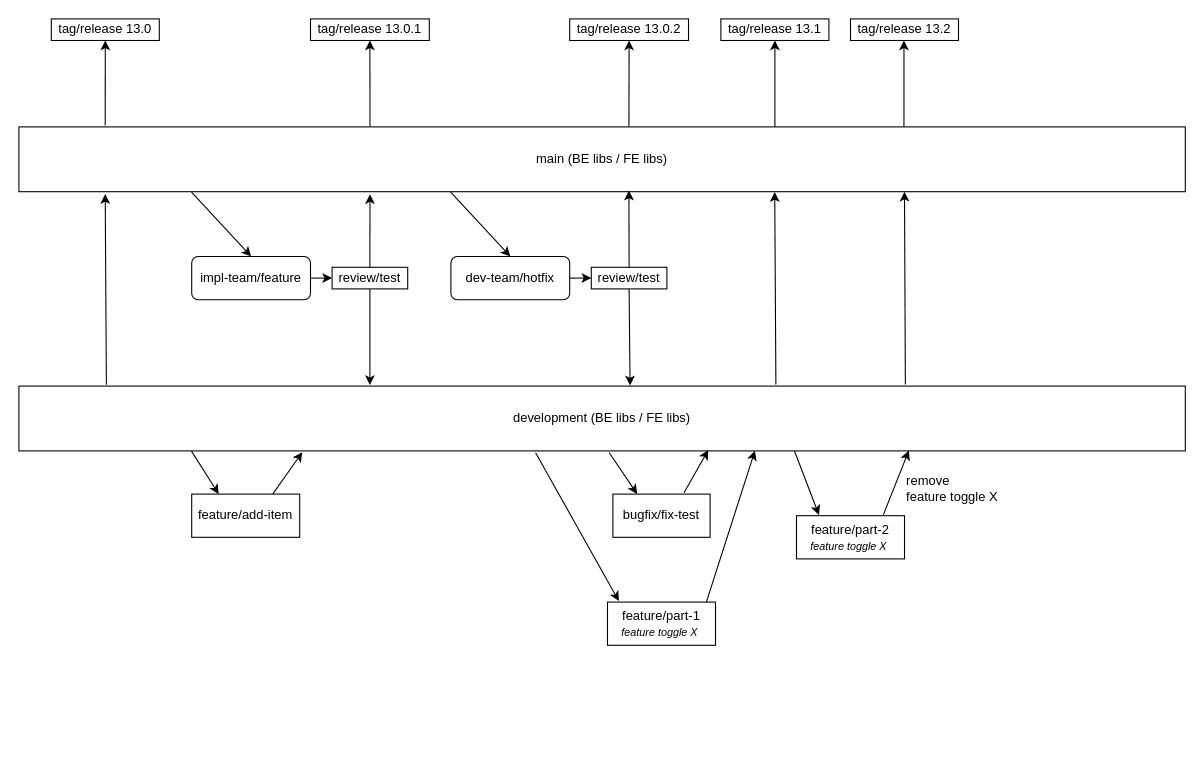
Before: Valtimo release/branch strategy.drawio in mbritense/draw-io, a draw.io diagram. Source tidied: cells renumbered, new cells numbered last; positions are measured from the earlier drawing's top-left corner, leaving out a move shared by most shapes. Both pictures are drawn from the tidied source at 108%, with x=0, y=0 at pixel (18, 18).
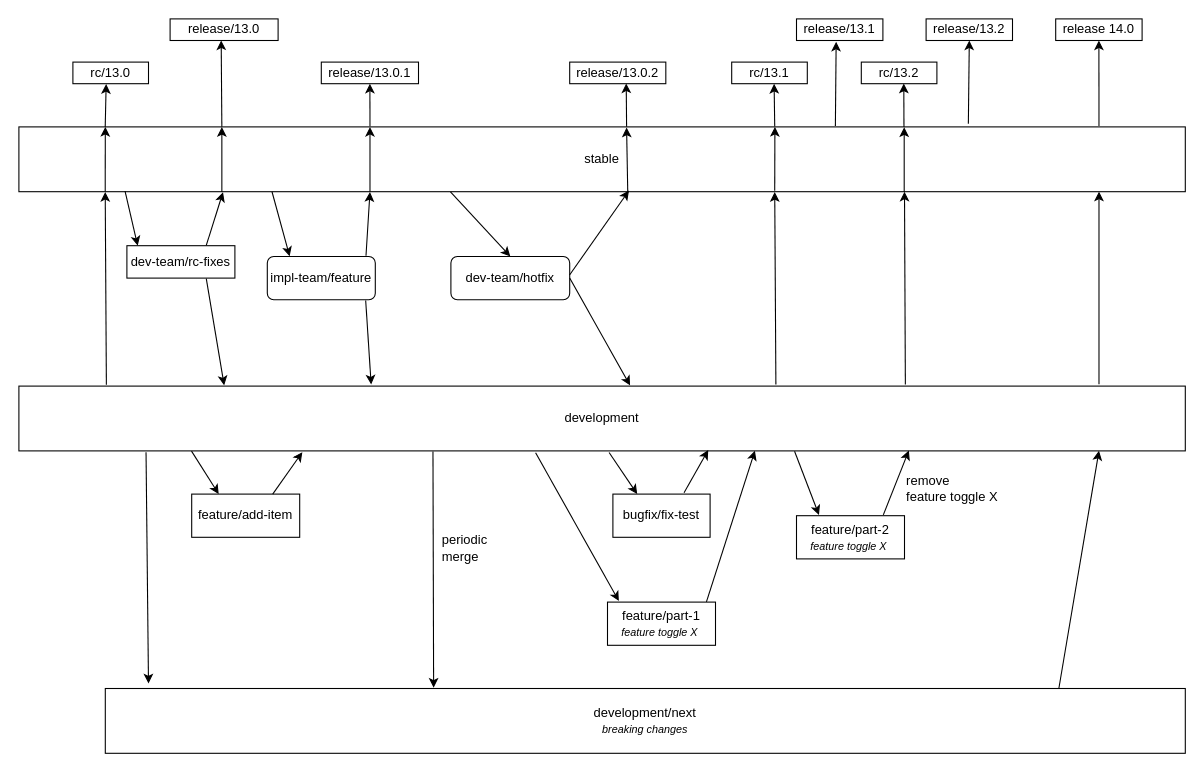
Above is the later version.

Commit message (it also covers changes not shown here):
Update Valtimo release/branch strategy.drawio

The change refers to these unchanged cells:
```xml
<mxCell id="15" value="dev-team/hotfix" style="rounded=1;whiteSpace=wrap;html=1;" parent="1" vertex="1">
  <mxGeometry x="400" y="220" width="110" height="40" as="geometry" />
</mxCell>
```

Diff of the diagram source:
```diff
@@
-    <mxCell id="2" value="main (BE libs / FE libs)" style="rounded=0;whiteSpace=wrap;html=1;" parent="1" vertex="1">
+    <mxCell id="2" value="stable" style="rounded=0;whiteSpace=wrap;html=1;" parent="1" vertex="1">
       <mxGeometry y="100" width="1080" height="60" as="geometry" />
     </mxCell>
-    <mxCell id="3" value="development (BE libs / FE libs)" style="rounded=0;whiteSpace=wrap;html=1;" parent="1" vertex="1">
+    <mxCell id="3" value="development" style="rounded=0;whiteSpace=wrap;html=1;" parent="1" vertex="1">
       <mxGeometry y="340" width="1080" height="60" as="geometry" />
     </mxCell>
-    <mxCell id="4" style="endArrow=classic;html=1;rounded=0;exitX=0.075;exitY=-0.02;exitDx=0;exitDy=0;exitPerimeter=0;entryX=0.074;entryY=1.036;entryDx=0;entryDy=0;entryPerimeter=0;" parent="1" edge="1" source="3" target="2">
+    <mxCell id="4" style="endArrow=classic;html=1;rounded=0;exitX=0.075;exitY=-0.02;exitDx=0;exitDy=0;exitPerimeter=0;entryX=0.074;entryY=1.004;entryDx=0;entryDy=0;entryPerimeter=0;" parent="1" edge="1" source="3" target="2">
       <mxGeometry relative="1" as="geometry" />
     </mxCell>
-    <mxCell id="5" style="endArrow=classic;html=1;rounded=0;exitX=0.074;exitY=-0.02;exitDx=0;exitDy=0;exitPerimeter=0;entryX=0.5;entryY=1;entryDx=0;entryDy=0;" parent="1" edge="1" source="2" target="6">
+    <mxCell id="5" style="endArrow=classic;html=1;rounded=0;exitX=0.074;exitY=0.003;exitDx=0;exitDy=0;exitPerimeter=0;entryX=0.44;entryY=1.017;entryDx=0;entryDy=0;entryPerimeter=0;" parent="1" edge="1" source="2" target="6">
       <mxGeometry relative="1" as="geometry" />
     </mxCell>
-    <mxCell id="6" value="tag/release 13.0" style="rounded=0;whiteSpace=wrap;html=1;" parent="1" vertex="1">
-      <mxGeometry x="30" width="100" height="20" as="geometry" />
+    <mxCell id="6" value="rc/13.0" style="rounded=0;whiteSpace=wrap;html=1;" parent="1" vertex="1">
+      <mxGeometry x="50" y="40" width="70" height="20" as="geometry" />
     </mxCell>
     <mxCell id="7" value="impl-team/feature" style="rounded=1;whiteSpace=wrap;html=1;" parent="1" vertex="1">
-      <mxGeometry x="160" y="220" width="110" height="40" as="geometry" />
+      <mxGeometry x="230" y="220" width="100" height="40" as="geometry" />
     </mxCell>
-    <mxCell id="8" style="endArrow=classic;html=1;rounded=0;exitX=0.148;exitY=1.006;exitDx=0;exitDy=0;exitPerimeter=0;entryX=0.5;entryY=0;entryDx=0;entryDy=0;" parent="1" edge="1" source="2" target="7">
+    <mxCell id="8" style="endArrow=classic;html=1;rounded=0;exitX=0.217;exitY=1.001;exitDx=0;exitDy=0;exitPerimeter=0;entryX=0.207;entryY=-0.005;entryDx=0;entryDy=0;entryPerimeter=0;" parent="1" edge="1" source="2" target="7">
       <mxGeometry relative="1" as="geometry" />
     </mxCell>
-    <mxCell id="9" value="review/test" style="rounded=0;whiteSpace=wrap;html=1;" parent="1" vertex="1">
-      <mxGeometry x="290" y="230" width="70" height="20" as="geometry" />
-    </mxCell>
-    <mxCell id="10" style="endArrow=classic;html=1;rounded=0;exitX=1;exitY=0.5;exitDx=0;exitDy=0;entryX=0;entryY=0.5;entryDx=0;entryDy=0;" parent="1" edge="1" source="7" target="9">
-      <mxGeometry relative="1" as="geometry" />
-    </mxCell>
-    <mxCell id="11" style="endArrow=classic;html=1;rounded=0;exitX=0.5;exitY=0;exitDx=0;exitDy=0;entryX=0.301;entryY=1.039;entryDx=0;entryDy=0;entryPerimeter=0;" parent="1" edge="1" source="9" target="2">
+    <mxCell id="11" style="endArrow=classic;html=1;rounded=0;exitX=0.914;exitY=-0.016;exitDx=0;exitDy=0;entryX=0.301;entryY=1.006;entryDx=0;entryDy=0;entryPerimeter=0;exitPerimeter=0;" parent="1" edge="1" source="7" target="2">
       <mxGeometry relative="1" as="geometry" />
     </mxCell>
@@
-    <mxCell id="13" value="tag/release 13.0.1" style="rounded=0;whiteSpace=wrap;html=1;" parent="1" vertex="1">
-      <mxGeometry x="270" width="110" height="20" as="geometry" />
+    <mxCell id="13" value="release/13.0.1" style="rounded=0;whiteSpace=wrap;html=1;" parent="1" vertex="1">
+      <mxGeometry x="280" y="40" width="90" height="20" as="geometry" />
     </mxCell>
-    <mxCell id="14" style="endArrow=classic;html=1;rounded=0;exitX=0.5;exitY=1;exitDx=0;exitDy=0;" parent="1" edge="1" source="9">
-      <mxGeometry relative="1" as="geometry">
-        <mxPoint x="325" y="339" as="targetPoint" />
-      </mxGeometry>
+    <mxCell id="14" style="endArrow=classic;html=1;rounded=0;exitX=0.911;exitY=1.018;exitDx=0;exitDy=0;entryX=0.302;entryY=-0.025;entryDx=0;entryDy=0;entryPerimeter=0;exitPerimeter=0;" parent="1" edge="1" source="7" target="3">
+      <mxGeometry relative="1" as="geometry" />
     </mxCell>
@@
-    <mxCell id="16" value="review/test" style="rounded=0;whiteSpace=wrap;html=1;" parent="1" vertex="1">
-      <mxGeometry x="530" y="230" width="70" height="20" as="geometry" />
-    </mxCell>
-    <mxCell id="17" style="endArrow=classic;html=1;rounded=0;exitX=1;exitY=0.5;exitDx=0;exitDy=0;entryX=0;entryY=0.5;entryDx=0;entryDy=0;" parent="1" edge="1" source="15" target="16">
-      <mxGeometry relative="1" as="geometry" />
-    </mxCell>
@@
-    <mxCell id="19" style="endArrow=classic;html=1;rounded=0;entryX=0.524;entryY=-0.01;entryDx=0;entryDy=0;entryPerimeter=0;exitX=0.5;exitY=1;exitDx=0;exitDy=0;" parent="1" edge="1" source="16" target="3">
+    <mxCell id="19" style="endArrow=classic;html=1;rounded=0;entryX=0.524;entryY=-0.01;entryDx=0;entryDy=0;entryPerimeter=0;exitX=1;exitY=0.5;exitDx=0;exitDy=0;" parent="1" edge="1" source="15" target="3">
       <mxGeometry relative="1" as="geometry" />
     </mxCell>
-    <mxCell id="20" style="endArrow=classic;html=1;rounded=0;entryX=0.523;entryY=0.983;entryDx=0;entryDy=0;entryPerimeter=0;exitX=0.5;exitY=0;exitDx=0;exitDy=0;" parent="1" edge="1" source="16" target="2">
+    <mxCell id="20" style="endArrow=classic;html=1;rounded=0;entryX=0.523;entryY=0.983;entryDx=0;entryDy=0;entryPerimeter=0;exitX=0.999;exitY=0.428;exitDx=0;exitDy=0;exitPerimeter=0;" parent="1" edge="1" source="15" target="2">
       <mxGeometry relative="1" as="geometry" />
     </mxCell>
-    <mxCell id="21" value="tag/release 13.0.2" style="rounded=0;whiteSpace=wrap;html=1;" parent="1" vertex="1">
-      <mxGeometry x="510" width="110" height="20" as="geometry" />
+    <mxCell id="21" value="release/13.0.2" style="rounded=0;whiteSpace=wrap;html=1;" parent="1" vertex="1">
+      <mxGeometry x="510" y="40" width="89" height="20" as="geometry" />
     </mxCell>
-    <mxCell id="22" style="endArrow=classic;html=1;rounded=0;entryX=0.5;entryY=1;entryDx=0;entryDy=0;exitX=0.523;exitY=-0.008;exitDx=0;exitDy=0;exitPerimeter=0;" parent="1" edge="1" source="2" target="21">
+    <mxCell id="22" style="endArrow=classic;html=1;rounded=0;exitX=0.521;exitY=-0.002;exitDx=0;exitDy=0;exitPerimeter=0;entryX=0.588;entryY=0.987;entryDx=0;entryDy=0;entryPerimeter=0;" parent="1" edge="1" source="2" target="21">
       <mxGeometry relative="1" as="geometry" />
     </mxCell>
@@
-    <mxCell id="29" style="endArrow=classic;html=1;rounded=0;exitX=0.649;exitY=-0.025;exitDx=0;exitDy=0;exitPerimeter=0;entryX=0.648;entryY=1.005;entryDx=0;entryDy=0;entryPerimeter=0;" parent="1" edge="1" source="3" target="2">
+    <mxCell id="29" style="endArrow=classic;html=1;rounded=0;exitX=0.649;exitY=-0.026;exitDx=0;exitDy=0;exitPerimeter=0;entryX=0.648;entryY=1.005;entryDx=0;entryDy=0;entryPerimeter=0;" parent="1" edge="1" source="3" target="2">
       <mxGeometry relative="1" as="geometry" />
     </mxCell>
-    <mxCell id="30" style="endArrow=classic;html=1;rounded=0;entryX=0.5;entryY=1;entryDx=0;entryDy=0;exitX=0.523;exitY=-0.008;exitDx=0;exitDy=0;exitPerimeter=0;" parent="1" edge="1">
-      <mxGeometry relative="1" as="geometry">
-        <mxPoint x="700" y="100" as="sourcePoint" />
-        <mxPoint x="700" y="20" as="targetPoint" />
-      </mxGeometry>
+    <mxCell id="30" style="endArrow=classic;html=1;rounded=0;entryX=0.561;entryY=1.007;entryDx=0;entryDy=0;exitX=0.648;exitY=-0.007;exitDx=0;exitDy=0;exitPerimeter=0;entryPerimeter=0;" parent="1" edge="1" source="2" target="31">
+      <mxGeometry relative="1" as="geometry" />
     </mxCell>
-    <mxCell id="31" value="tag/release 13.1" style="rounded=0;whiteSpace=wrap;html=1;" parent="1" vertex="1">
-      <mxGeometry x="650" width="100" height="20" as="geometry" />
+    <mxCell id="31" value="rc/13.1" style="rounded=0;whiteSpace=wrap;html=1;" parent="1" vertex="1">
+      <mxGeometry x="660" y="40" width="70" height="20" as="geometry" />
     </mxCell>
@@
-    <mxCell id="40" style="endArrow=classic;html=1;rounded=0;entryX=0.5;entryY=1;entryDx=0;entryDy=0;exitX=0.523;exitY=-0.008;exitDx=0;exitDy=0;exitPerimeter=0;" parent="1" edge="1">
+    <mxCell id="40" style="endArrow=classic;html=1;rounded=0;entryX=0.562;entryY=0.994;entryDx=0;entryDy=0;exitX=0.523;exitY=-0.008;exitDx=0;exitDy=0;exitPerimeter=0;entryPerimeter=0;" parent="1" edge="1" target="41">
       <mxGeometry relative="1" as="geometry">
         <mxPoint x="819.5" y="100" as="sourcePoint" />
-        <mxPoint x="819.5" y="20" as="targetPoint" />
       </mxGeometry>
     </mxCell>
-    <mxCell id="41" value="tag/release 13.2" style="rounded=0;whiteSpace=wrap;html=1;" parent="1" vertex="1">
-      <mxGeometry x="770" width="100" height="20" as="geometry" />
+    <mxCell id="41" value="rc/13.2" style="rounded=0;whiteSpace=wrap;html=1;" parent="1" vertex="1">
+      <mxGeometry x="780" y="40" width="70" height="20" as="geometry" />
     </mxCell>
+    <mxCell id="42" value="development/next&lt;div&gt;&lt;i&gt;&lt;font style=&quot;font-size: 10px;&quot;&gt;breaking changes&lt;/font&gt;&lt;/i&gt;&lt;/div&gt;" style="rounded=0;whiteSpace=wrap;html=1;" parent="1" vertex="1">
+      <mxGeometry x="80" y="620" width="1000" height="60" as="geometry" />
+    </mxCell>
+    <mxCell id="43" style="endArrow=classic;html=1;rounded=0;exitX=0.109;exitY=1.02;exitDx=0;exitDy=0;exitPerimeter=0;entryX=0.04;entryY=-0.078;entryDx=0;entryDy=0;entryPerimeter=0;" parent="1" edge="1" source="3" target="42">
+      <mxGeometry relative="1" as="geometry" />
+    </mxCell>
+    <mxCell id="44" style="endArrow=classic;html=1;rounded=0;exitX=0.355;exitY=1.01;exitDx=0;exitDy=0;exitPerimeter=0;entryX=0.304;entryY=-0.013;entryDx=0;entryDy=0;entryPerimeter=0;" parent="1" edge="1" source="3" target="42">
+      <mxGeometry relative="1" as="geometry" />
+    </mxCell>
+    <mxCell id="45" value="periodic merge" style="text;html=1;align=left;verticalAlign=middle;whiteSpace=wrap;rounded=0;" parent="1" vertex="1">
+      <mxGeometry x="390" y="475" width="50" height="30" as="geometry" />
+    </mxCell>
+    <mxCell id="46" style="endArrow=classic;html=1;rounded=0;exitX=0.883;exitY=-0.008;exitDx=0;exitDy=0;exitPerimeter=0;entryX=0.926;entryY=0.999;entryDx=0;entryDy=0;entryPerimeter=0;" parent="1" edge="1" source="42" target="3">
+      <mxGeometry relative="1" as="geometry" />
+    </mxCell>
+    <mxCell id="47" style="endArrow=classic;html=1;rounded=0;exitX=0.926;exitY=-0.028;exitDx=0;exitDy=0;exitPerimeter=0;entryX=0.926;entryY=0.999;entryDx=0;entryDy=0;entryPerimeter=0;" parent="1" edge="1" source="3" target="2">
+      <mxGeometry relative="1" as="geometry" />
+    </mxCell>
+    <mxCell id="48" style="endArrow=classic;html=1;rounded=0;entryX=0.5;entryY=1;entryDx=0;entryDy=0;exitX=0.926;exitY=-0.015;exitDx=0;exitDy=0;exitPerimeter=0;" parent="1" edge="1" source="2" target="49">
+      <mxGeometry relative="1" as="geometry" />
+    </mxCell>
+    <mxCell id="49" value="release 14.0" style="rounded=0;whiteSpace=wrap;html=1;" parent="1" vertex="1">
+      <mxGeometry x="960" width="80" height="20" as="geometry" />
+    </mxCell>
+    <mxCell id="50" value="dev-team/rc-fixes" style="rounded=0;whiteSpace=wrap;html=1;" parent="1" vertex="1">
+      <mxGeometry x="100" y="210" width="100" height="30" as="geometry" />
+    </mxCell>
+    <mxCell id="51" style="endArrow=classic;html=1;rounded=0;exitX=0.091;exitY=0.991;exitDx=0;exitDy=0;exitPerimeter=0;entryX=0.1;entryY=0;entryDx=0;entryDy=0;entryPerimeter=0;" parent="1" edge="1" source="2" target="50">
+      <mxGeometry relative="1" as="geometry" />
+    </mxCell>
+    <mxCell id="52" style="endArrow=classic;html=1;rounded=0;exitX=0.735;exitY=1.015;exitDx=0;exitDy=0;exitPerimeter=0;entryX=0.176;entryY=-0.012;entryDx=0;entryDy=0;entryPerimeter=0;" parent="1" edge="1" source="50" target="3">
+      <mxGeometry relative="1" as="geometry" />
+    </mxCell>
+    <mxCell id="53" style="endArrow=classic;html=1;rounded=0;exitX=0.735;exitY=-0.01;exitDx=0;exitDy=0;exitPerimeter=0;entryX=0.175;entryY=1.008;entryDx=0;entryDy=0;entryPerimeter=0;" parent="1" edge="1" source="50" target="2">
+      <mxGeometry relative="1" as="geometry" />
+    </mxCell>
+    <mxCell id="54" value="release/13.0" style="rounded=0;whiteSpace=wrap;html=1;" parent="1" vertex="1">
+      <mxGeometry x="140" width="100" height="20" as="geometry" />
+    </mxCell>
+    <mxCell id="55" style="endArrow=classic;html=1;rounded=0;exitX=0.174;exitY=-0.001;exitDx=0;exitDy=0;exitPerimeter=0;entryX=0.473;entryY=0.996;entryDx=0;entryDy=0;entryPerimeter=0;" parent="1" edge="1" source="2" target="54">
+      <mxGeometry relative="1" as="geometry" />
+    </mxCell>
+    <mxCell id="56" style="endArrow=classic;html=1;rounded=0;exitX=0.074;exitY=0.998;exitDx=0;exitDy=0;exitPerimeter=0;" parent="1" edge="1" source="2">
+      <mxGeometry relative="1" as="geometry">
+        <mxPoint x="80" y="100" as="targetPoint" />
+      </mxGeometry>
+    </mxCell>
+    <mxCell id="57" style="endArrow=classic;html=1;rounded=0;exitX=0.174;exitY=1.003;exitDx=0;exitDy=0;exitPerimeter=0;entryX=0.174;entryY=0.002;entryDx=0;entryDy=0;entryPerimeter=0;" parent="1" edge="1" source="2" target="2">
+      <mxGeometry relative="1" as="geometry" />
+    </mxCell>
+    <mxCell id="58" style="endArrow=classic;html=1;rounded=0;exitX=0.301;exitY=1.001;exitDx=0;exitDy=0;exitPerimeter=0;entryX=0.301;entryY=0.001;entryDx=0;entryDy=0;entryPerimeter=0;" parent="1" edge="1" source="2" target="2">
+      <mxGeometry relative="1" as="geometry" />
+    </mxCell>
+    <mxCell id="59" style="endArrow=classic;html=1;rounded=0;exitX=0.522;exitY=1.017;exitDx=0;exitDy=0;exitPerimeter=0;entryX=0.521;entryY=0.01;entryDx=0;entryDy=0;entryPerimeter=0;" parent="1" edge="1" source="2" target="2">
+      <mxGeometry relative="1" as="geometry" />
+    </mxCell>
+    <mxCell id="60" style="endArrow=classic;html=1;rounded=0;exitX=0.648;exitY=0.985;exitDx=0;exitDy=0;exitPerimeter=0;" parent="1" edge="1" source="2">
+      <mxGeometry relative="1" as="geometry">
+        <mxPoint x="700" y="100" as="targetPoint" />
+      </mxGeometry>
+    </mxCell>
+    <mxCell id="61" value="release/13.1" style="rounded=0;whiteSpace=wrap;html=1;" parent="1" vertex="1">
+      <mxGeometry x="720" width="80" height="20" as="geometry" />
+    </mxCell>
+    <mxCell id="62" style="endArrow=classic;html=1;rounded=0;entryX=0.459;entryY=1.058;entryDx=0;entryDy=0;exitX=0.7;exitY=-0.015;exitDx=0;exitDy=0;exitPerimeter=0;entryPerimeter=0;" parent="1" edge="1" source="2" target="61">
+      <mxGeometry relative="1" as="geometry" />
+    </mxCell>
+    <mxCell id="63" style="endArrow=classic;html=1;rounded=0;entryX=0.759;entryY=0.006;entryDx=0;entryDy=0;entryPerimeter=0;exitX=0.759;exitY=1.006;exitDx=0;exitDy=0;exitPerimeter=0;" parent="1" edge="1" source="2" target="2">
+      <mxGeometry relative="1" as="geometry" />
+    </mxCell>
+    <mxCell id="64" value="release/13.2" style="rounded=0;whiteSpace=wrap;html=1;" parent="1" vertex="1">
+      <mxGeometry x="840" width="80" height="20" as="geometry" />
+    </mxCell>
+    <mxCell id="65" style="endArrow=classic;html=1;rounded=0;entryX=0.5;entryY=1;entryDx=0;entryDy=0;exitX=0.814;exitY=-0.049;exitDx=0;exitDy=0;exitPerimeter=0;" parent="1" edge="1" source="2" target="64">
+      <mxGeometry relative="1" as="geometry" />
+    </mxCell>
```
